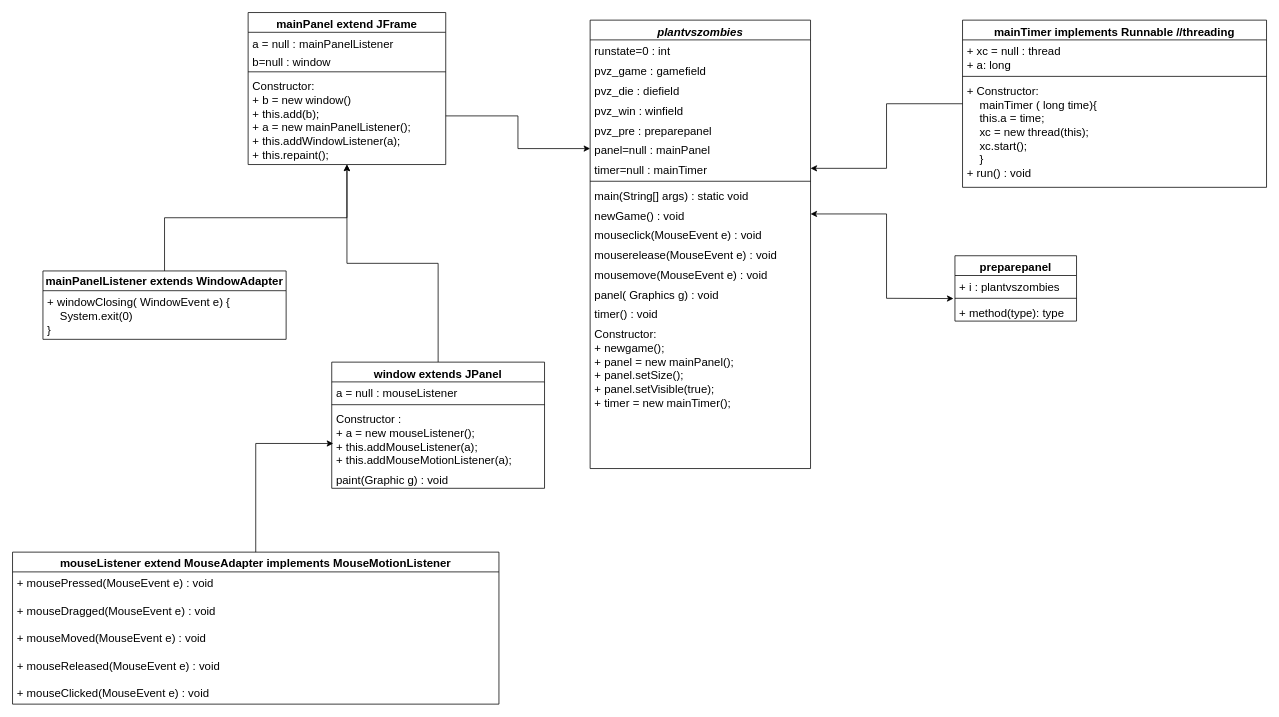
Above: Untitled Diagram.drawio in meowie2k3/BoxOfParticle (draw.io), before the change. Source tidied: cells renumbered, new cells numbered last; positions are measured from the earlier drawing's top-left corner, leaving out a move shared by most shapes. Both pictures are drawn from the tidied source at 76%, with x=0, y=0 at pixel (12, 12).
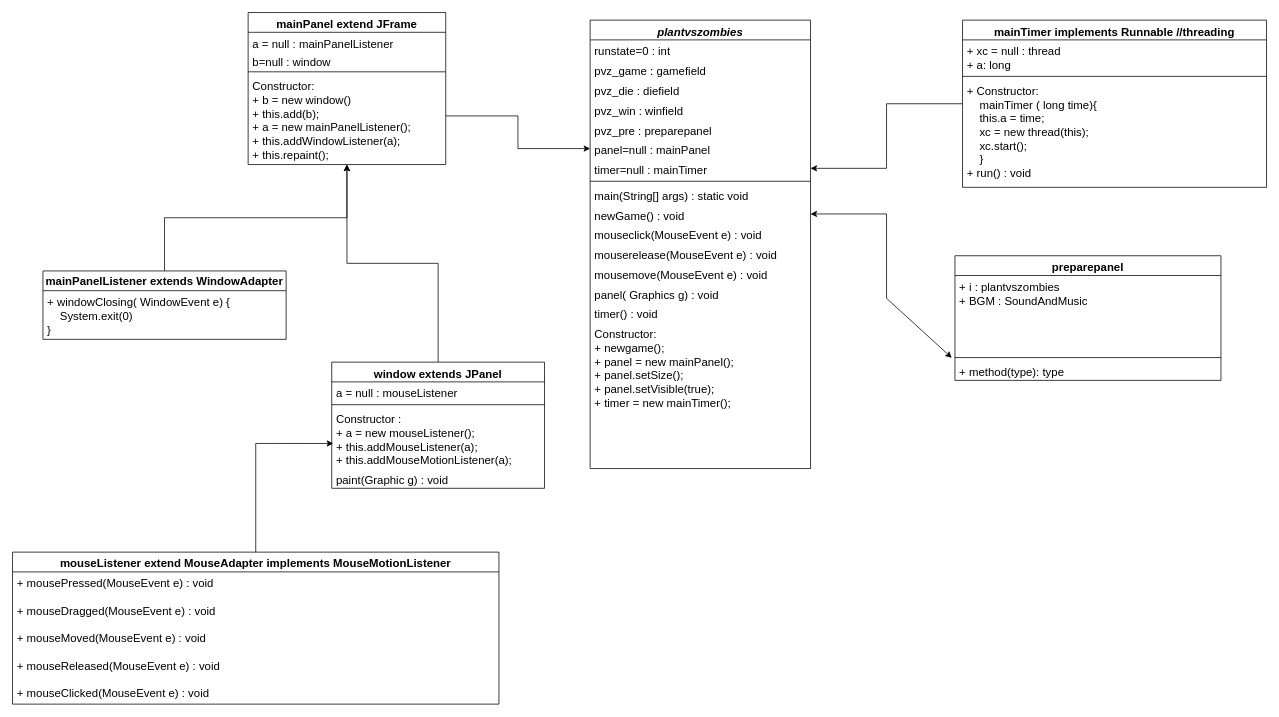
After the change.

Diff of the diagram source:
```diff
@@
     <mxCell id="42" value="preparepanel" style="swimlane;fontStyle=1;align=center;verticalAlign=top;horizontal=1;startSize=26;fontSize=15;" parent="1" vertex="1">
-      <mxGeometry x="1240" y="320" width="160" height="86" as="geometry" />
+      <mxGeometry x="1240" y="320" width="350" height="164" as="geometry" />
     </mxCell>
-    <mxCell id="43" value="+ i : plantvszombies" style="text;strokeColor=none;fillColor=none;align=left;verticalAlign=top;spacingLeft=4;spacingRight=4;overflow=hidden;fontSize=15;" parent="42" vertex="1">
-      <mxGeometry y="26" width="160" height="26" as="geometry" />
+    <mxCell id="43" value="+ i : plantvszombies&#10;+ BGM : SoundAndMusic" style="text;strokeColor=none;fillColor=none;align=left;verticalAlign=top;spacingLeft=4;spacingRight=4;overflow=hidden;fontSize=15;" parent="42" vertex="1">
+      <mxGeometry y="26" width="350" height="104" as="geometry" />
     </mxCell>
     <mxCell id="44" style="line;strokeWidth=1;fillColor=none;align=left;verticalAlign=middle;spacingTop=-1;spacingLeft=3;spacingRight=3;labelPosition=right;fontSize=15;" parent="42" vertex="1">
-      <mxGeometry y="52" width="160" height="8" as="geometry" />
+      <mxGeometry y="130" width="350" height="8" as="geometry" />
     </mxCell>
     <mxCell id="45" value="+ method(type): type" style="text;strokeColor=none;fillColor=none;align=left;verticalAlign=top;spacingLeft=4;spacingRight=4;overflow=hidden;points=[[0,0.5],[1,0.5]];portConstraint=eastwest;fontSize=15;" parent="42" vertex="1">
-      <mxGeometry y="60" width="160" height="26" as="geometry" />
+      <mxGeometry y="138" width="350" height="26" as="geometry" />
     </mxCell>
```
